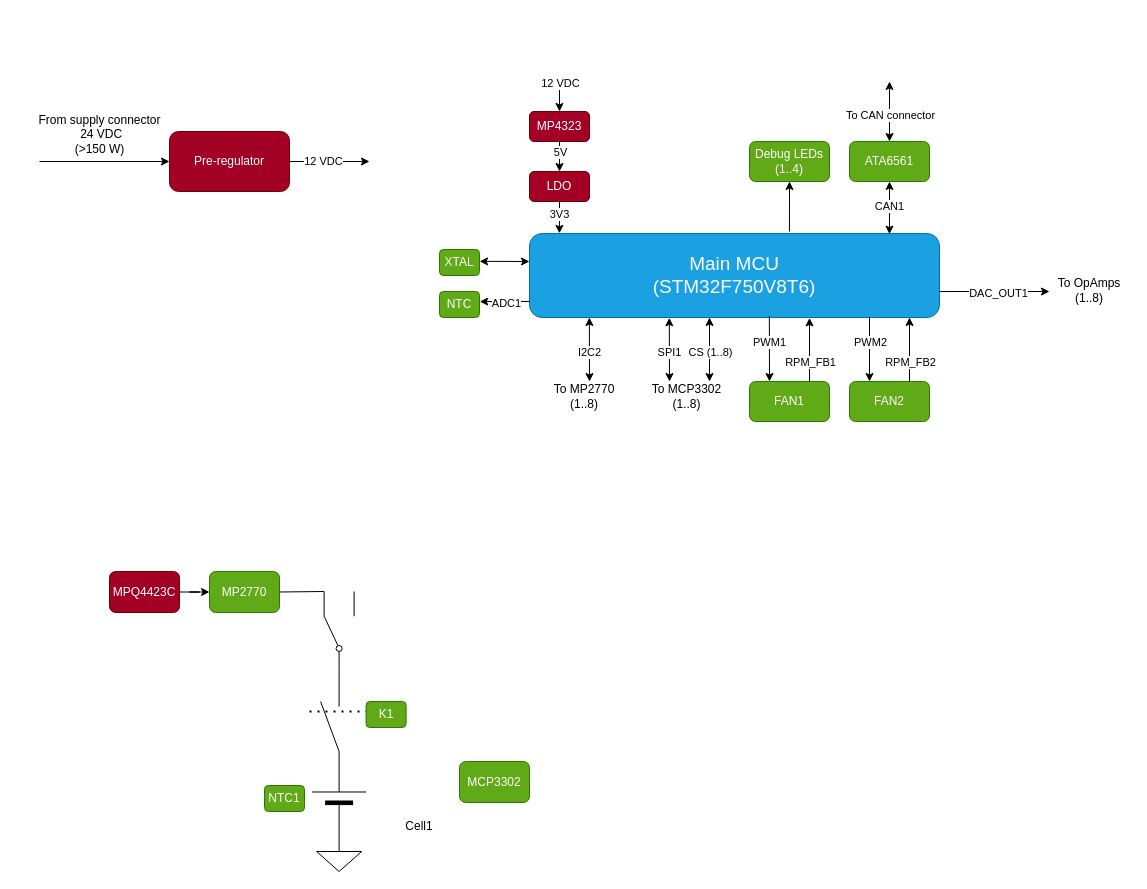
Above: HW/1_Design documents/Block_Diagram.drawio in eTechRacing/CAPACIMETER (draw.io), before the change. Source tidied: cells renumbered, new cells numbered last; positions are measured from the earlier drawing's top-left corner, leaving out a move shared by most shapes. Both pictures are drawn from the tidied source at 100%, with x=0, y=0 at pixel (24, 81).
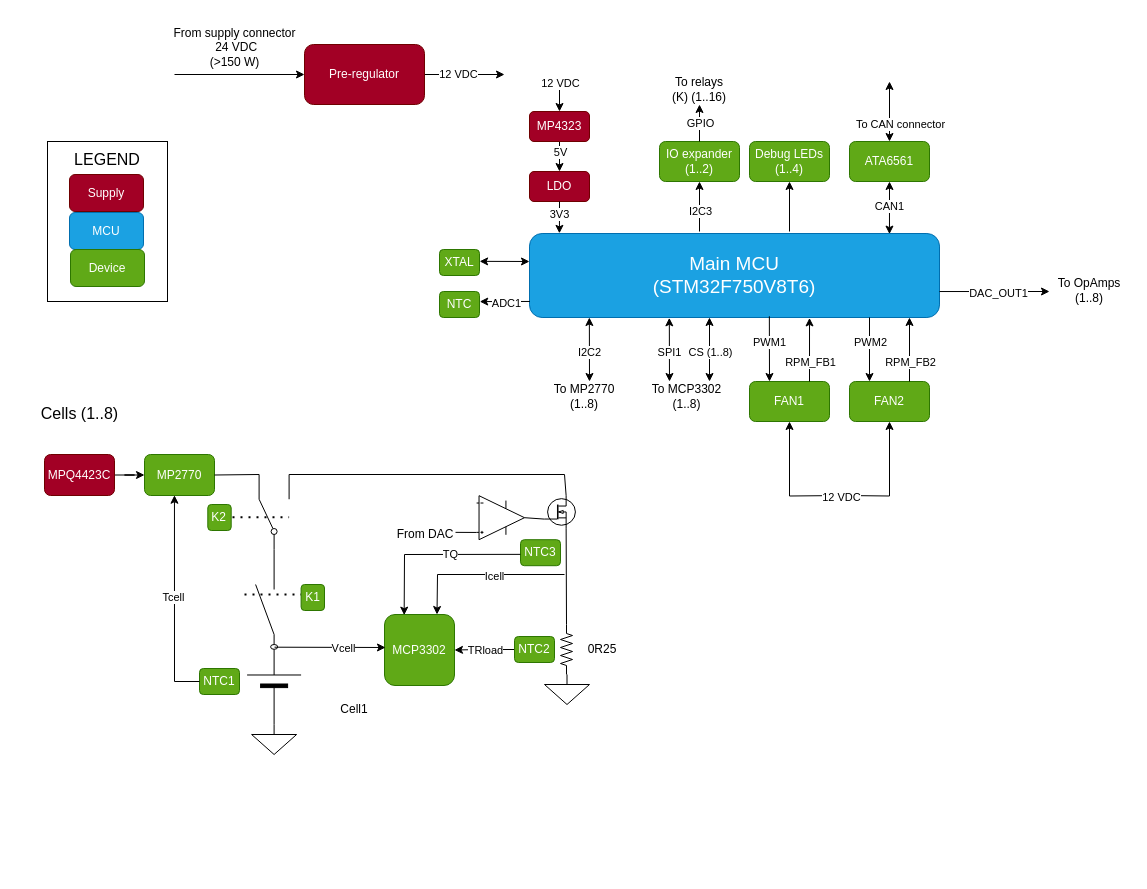
The same diagram, later.

Commit message (it also covers changes not shown here):
Update block diagram

The change refers to these unchanged cells:
```xml
<mxCell id="2" value="&lt;font style=&quot;font-size: 19px;&quot;&gt;Main MCU&lt;/font&gt;&lt;div style=&quot;font-size: 19px;&quot;&gt;&lt;font style=&quot;font-size: 19px;&quot;&gt;(STM32F750V8T6)&lt;/font&gt;&lt;/div&gt;" style="rounded=1;whiteSpace=wrap;html=1;fillColor=#1ba1e2;fontColor=#ffffff;strokeColor=#006EAF;" parent="1" vertex="1">
  <mxGeometry x="505" y="152" width="410" height="84" as="geometry" />
</mxCell>
<mxCell id="14" value="FAN1" style="rounded=1;whiteSpace=wrap;html=1;fillColor=#60a917;fontColor=#ffffff;strokeColor=#2D7600;" parent="1" vertex="1">
  <mxGeometry x="725" y="300" width="80" height="40" as="geometry" />
</mxCell>
<mxCell id="15" value="FAN2" style="rounded=1;whiteSpace=wrap;html=1;fillColor=#60a917;fontColor=#ffffff;strokeColor=#2D7600;" parent="1" vertex="1">
  <mxGeometry x="825" y="300" width="80" height="40" as="geometry" />
</mxCell>
<mxCell id="42" style="endArrow=classic;startArrow=classic;html=1;rounded=0;exitX=0.5;exitY=0;exitDx=0;exitDy=0;" parent="1" edge="1" source="39">
  <mxGeometry relative="1" as="geometry">
    <mxPoint x="865" as="targetPoint" />
  </mxGeometry>
</mxCell>
<mxCell id="44" value="Debug LEDs (1..4)" style="rounded=1;whiteSpace=wrap;html=1;fillColor=#60a917;fontColor=#ffffff;strokeColor=#2D7600;" parent="1" vertex="1">
  <mxGeometry x="725" y="60" width="80" height="40" as="geometry" />
</mxCell>
```

The edit, as a diff of the source:
```diff
@@
     <mxCell id="3" style="edgeStyle=orthogonalEdgeStyle;rounded=0;jettySize=auto;html=1;" parent="1" edge="1" source="5">
       <mxGeometry relative="1" as="geometry">
-        <mxPoint x="345" y="80" as="targetPoint" />
+        <mxPoint x="480" y="-7" as="targetPoint" />
       </mxGeometry>
     </mxCell>
@@
     <mxCell id="5" value="Pre-regulator" style="rounded=1;whiteSpace=wrap;html=1;fillColor=#a20025;fontColor=#ffffff;strokeColor=#6F0000;" parent="1" vertex="1">
-      <mxGeometry x="145" y="50" width="120" height="60" as="geometry" />
+      <mxGeometry x="280" y="-37" width="120" height="60" as="geometry" />
     </mxCell>
     <mxCell id="6" style="endArrow=classic;html=1;rounded=0;entryX=0;entryY=0.5;entryDx=0;entryDy=0;" parent="1" edge="1" target="5">
       <mxGeometry relative="1" as="geometry">
-        <mxPoint x="15" y="80" as="sourcePoint" />
+        <mxPoint x="150" y="-7" as="sourcePoint" />
       </mxGeometry>
     </mxCell>
     <mxCell id="7" value="From supply connector&lt;div&gt;&amp;nbsp;24 VDC&lt;div&gt;(&amp;gt;150 W)&lt;/div&gt;&lt;/div&gt;" style="text;html=1;align=center;verticalAlign=middle;strokeColor=none;fillColor=none;" parent="1" vertex="1">
-      <mxGeometry y="23" width="150" height="60" as="geometry" />
+      <mxGeometry x="135" y="-64" width="150" height="60" as="geometry" />
     </mxCell>
@@
-    <mxCell id="43" value="To CAN connector" style="edgeLabel;html=1;align=center;verticalAlign=middle;" parent="42" vertex="1">
-      <mxGeometry x="-0.1" relative="1" as="geometry" />
-    </mxCell>
@@
-    <mxCell id="45" style="endArrow=classic;html=1;rounded=0;entryX=0.5;entryY=1;entryDx=0;entryDy=0;exitX=0.634;exitY=-0.024;exitDx=0;exitDy=0;exitPerimeter=0;" parent="1" edge="1" source="2" target="44">
-      <mxGeometry relative="1" as="geometry" />
+    <mxCell id="45" style="endArrow=classic;html=1;rounded=0;entryX=0.5;entryY=1;entryDx=0;entryDy=0;" parent="1" edge="1" target="44">
+      <mxGeometry relative="1" as="geometry">
+        <mxPoint x="765" y="150" as="sourcePoint" />
+      </mxGeometry>
     </mxCell>
     <mxCell id="46" style="verticalLabelPosition=bottom;shadow=0;dashed=0;align=center;fillColor=strokeColor;html=1;verticalAlign=top;strokeWidth=1;shape=mxgraph.electrical.miscellaneous.monocell_battery;direction=north;" parent="1" vertex="1">
-      <mxGeometry x="287.6" y="670" width="54" height="90" as="geometry" />
+      <mxGeometry x="222.6" y="553" width="54" height="90" as="geometry" />
     </mxCell>
@@
     <mxCell id="48" style="verticalLabelPosition=bottom;shadow=0;dashed=0;align=center;html=1;verticalAlign=top;shape=mxgraph.electrical.signal_sources.signal_ground;" parent="1" vertex="1">
-      <mxGeometry x="292.1" y="760" width="45" height="30" as="geometry" />
+      <mxGeometry x="227.1" y="643" width="45" height="30" as="geometry" />
     </mxCell>
     <mxCell id="49" value="Cell1" style="text;html=1;align=center;verticalAlign=middle;whiteSpace=wrap;rounded=0;" parent="1" vertex="1">
-      <mxGeometry x="365" y="730" width="60" height="30" as="geometry" />
+      <mxGeometry x="300" y="613" width="60" height="30" as="geometry" />
     </mxCell>
     <mxCell id="50" style="verticalLabelPosition=bottom;shadow=0;dashed=0;align=center;html=1;verticalAlign=top;shape=mxgraph.electrical.electro-mechanical.twoWayContact2;elSwitchState=1;direction=north;" parent="1" vertex="1">
-      <mxGeometry x="299.6" y="510" width="30" height="75" as="geometry" />
+      <mxGeometry x="234.6" y="393" width="30" height="75" as="geometry" />
     </mxCell>
     <mxCell id="51" style="endArrow=none;html=1;rounded=0;exitX=1;exitY=0.5;exitDx=0;exitDy=0;exitPerimeter=0;" parent="1" edge="1" source="46">
       <mxGeometry relative="1" as="geometry">
-        <mxPoint x="296.1" y="620" as="targetPoint" />
+        <mxPoint x="231.1" y="503" as="targetPoint" />
       </mxGeometry>
     </mxCell>
     <mxCell id="52" style="endArrow=none;html=1;rounded=0;" parent="1" edge="1">
       <mxGeometry relative="1" as="geometry">
-        <mxPoint x="314.6" y="625" as="sourcePoint" />
-        <mxPoint x="314.6" y="585" as="targetPoint" />
+        <mxPoint x="249.6" y="508" as="sourcePoint" />
+        <mxPoint x="249.6" y="468" as="targetPoint" />
       </mxGeometry>
     </mxCell>
     <mxCell id="53" style="endArrow=none;dashed=1;html=1;dashPattern=1 3;strokeWidth=2;rounded=0;entryX=0.028;entryY=0.385;entryDx=0;entryDy=0;entryPerimeter=0;" parent="1" edge="1">
       <mxGeometry relative="1" as="geometry">
-        <mxPoint x="285" y="630" as="sourcePoint" />
-        <mxPoint x="341.6" y="630" as="targetPoint" />
+        <mxPoint x="220" y="513" as="sourcePoint" />
+        <mxPoint x="276.6" y="513" as="targetPoint" />
         <Array as="points">
-          <mxPoint x="315" y="630" />
+          <mxPoint x="250" y="513" />
         </Array>
       </mxGeometry>
     </mxCell>
     <mxCell id="54" value="K1" style="rounded=1;whiteSpace=wrap;html=1;fillColor=#60a917;fontColor=#ffffff;strokeColor=#2D7600;" parent="1" vertex="1">
-      <mxGeometry x="341.6" y="620" width="40" height="26" as="geometry" />
+      <mxGeometry x="276.6" y="503" width="23.4" height="26" as="geometry" />
     </mxCell>
     <mxCell id="55" value="NTC1" style="rounded=1;whiteSpace=wrap;html=1;fillColor=#60a917;fontColor=#ffffff;strokeColor=#2D7600;" parent="1" vertex="1">
-      <mxGeometry x="240" y="704" width="40" height="26" as="geometry" />
+      <mxGeometry x="175" y="587" width="40" height="26" as="geometry" />
     </mxCell>
@@
     <mxCell id="58" value="MP2770" style="rounded=1;whiteSpace=wrap;html=1;fillColor=#60a917;fontColor=#ffffff;strokeColor=#2D7600;" parent="1" vertex="1">
-      <mxGeometry x="185" y="490" width="70" height="41" as="geometry" />
+      <mxGeometry x="120" y="373" width="70" height="41" as="geometry" />
     </mxCell>
     <mxCell id="59" value="MCP3302" style="rounded=1;whiteSpace=wrap;html=1;fillColor=#60a917;fontColor=#ffffff;strokeColor=#2D7600;" parent="1" vertex="1">
-      <mxGeometry x="435" y="680" width="70" height="41" as="geometry" />
+      <mxGeometry x="360" y="533" width="70" height="71" as="geometry" />
     </mxCell>
@@
     <mxCell id="62" value="MPQ4423C" style="rounded=1;whiteSpace=wrap;html=1;fillColor=#a20025;fontColor=#ffffff;strokeColor=#6F0000;" parent="1" vertex="1">
-      <mxGeometry x="85" y="490" width="70" height="41" as="geometry" />
+      <mxGeometry x="20" y="373" width="70" height="41" as="geometry" />
     </mxCell>
+    <mxCell id="63" style="ellipse;whiteSpace=wrap;html=1;fillColor=#FFFFFF;" parent="1" vertex="1">
+      <mxGeometry x="246.1" y="563" width="7.1" height="4.8" as="geometry" />
+    </mxCell>
+    <mxCell id="64" style="verticalLabelPosition=bottom;shadow=0;dashed=0;align=center;html=1;verticalAlign=top;shape=mxgraph.electrical.mosfets1.n-channel_mosfet_1;direction=east;" parent="1" vertex="1">
+      <mxGeometry x="520" y="414.2" width="30.9" height="32.5" as="geometry" />
+    </mxCell>
+    <mxCell id="65" style="verticalLabelPosition=bottom;shadow=0;dashed=0;align=center;html=1;verticalAlign=top;shape=mxgraph.electrical.abstract.operational_amp_1;" parent="1" vertex="1">
+      <mxGeometry x="452.1" y="414.2" width="47.9" height="44" as="geometry" />
+    </mxCell>
+    <mxCell id="66" style="endArrow=none;html=1;rounded=0;exitX=1;exitY=0.5;exitDx=0;exitDy=0;exitPerimeter=0;entryX=0;entryY=0.72;entryDx=0;entryDy=0;entryPerimeter=0;" parent="1" edge="1" source="65" target="64">
+      <mxGeometry relative="1" as="geometry" />
+    </mxCell>
+    <mxCell id="67" value="From DAC" style="text;html=1;align=center;verticalAlign=middle;whiteSpace=wrap;rounded=0;" parent="1" vertex="1">
+      <mxGeometry x="371" y="438.2" width="60" height="30" as="geometry" />
+    </mxCell>
+    <mxCell id="68" style="endArrow=none;html=1;rounded=0;exitX=1;exitY=0.422;exitDx=0;exitDy=0;exitPerimeter=0;entryX=0;entryY=0.835;entryDx=0;entryDy=0;entryPerimeter=0;" parent="1" edge="1" source="67" target="65">
+      <mxGeometry relative="1" as="geometry" />
+    </mxCell>
+    <mxCell id="69" style="verticalLabelPosition=bottom;shadow=0;dashed=0;align=center;html=1;verticalAlign=top;shape=mxgraph.electrical.resistors.resistor_2;rotation=0;direction=south;" parent="1" vertex="1">
+      <mxGeometry x="536" y="543" width="12" height="50" as="geometry" />
+    </mxCell>
+    <mxCell id="70" style="verticalLabelPosition=bottom;shadow=0;dashed=0;align=center;html=1;verticalAlign=top;shape=mxgraph.electrical.signal_sources.signal_ground;" parent="1" vertex="1">
+      <mxGeometry x="520" y="593" width="45" height="30" as="geometry" />
+    </mxCell>
+    <mxCell id="71" style="endArrow=classic;html=1;rounded=0;entryX=0.428;entryY=0.994;entryDx=0;entryDy=0;exitX=0;exitY=0.5;exitDx=0;exitDy=0;entryPerimeter=0;" parent="1" edge="1" source="55" target="58">
+      <mxGeometry relative="1" as="geometry">
+        <Array as="points">
+          <mxPoint x="150" y="600" />
+        </Array>
+      </mxGeometry>
+    </mxCell>
+    <mxCell id="72" value="Tcell" style="edgeLabel;html=1;align=center;verticalAlign=middle;" parent="71" vertex="1">
+      <mxGeometry x="0.04" y="1" relative="1" as="geometry" />
+    </mxCell>
+    <mxCell id="73" style="edgeStyle=orthogonalEdgeStyle;rounded=0;jettySize=auto;html=1;" parent="1" edge="1" source="75" target="59">
+      <mxGeometry relative="1" as="geometry" />
+    </mxCell>
+    <mxCell id="74" value="TRload" style="edgeLabel;html=1;align=center;verticalAlign=middle;" parent="73" vertex="1">
+      <mxGeometry x="-0.22" relative="1" as="geometry">
+        <mxPoint x="-6" as="offset" />
+      </mxGeometry>
+    </mxCell>
+    <mxCell id="75" value="NTC2" style="rounded=1;whiteSpace=wrap;html=1;fillColor=#60a917;fontColor=#ffffff;strokeColor=#2D7600;" parent="1" vertex="1">
+      <mxGeometry x="490" y="555" width="40" height="26" as="geometry" />
+    </mxCell>
+    <mxCell id="76" style="endArrow=classic;html=1;rounded=0;exitX=0.553;exitY=0.561;exitDx=0;exitDy=0;exitPerimeter=0;" parent="1" edge="1" source="63">
+      <mxGeometry relative="1" as="geometry">
+        <mxPoint x="361" y="566" as="targetPoint" />
+      </mxGeometry>
+    </mxCell>
+    <mxCell id="77" value="Vcell" style="edgeLabel;html=1;align=center;verticalAlign=middle;" parent="76" vertex="1">
+      <mxGeometry x="0.23" y="-1" relative="1" as="geometry" />
+    </mxCell>
+    <mxCell id="78" value="K2" style="rounded=1;whiteSpace=wrap;html=1;fillColor=#60a917;fontColor=#ffffff;strokeColor=#2D7600;" parent="1" vertex="1">
+      <mxGeometry x="183.3" y="423" width="23.4" height="26" as="geometry" />
+    </mxCell>
+    <mxCell id="79" style="endArrow=none;dashed=1;html=1;dashPattern=1 3;strokeWidth=2;rounded=0;entryX=0.028;entryY=0.385;entryDx=0;entryDy=0;entryPerimeter=0;" parent="1" edge="1">
+      <mxGeometry relative="1" as="geometry">
+        <mxPoint x="208" y="435.8" as="sourcePoint" />
+        <mxPoint x="264.6" y="435.8" as="targetPoint" />
+        <Array as="points">
+          <mxPoint x="238" y="435.8" />
+        </Array>
+      </mxGeometry>
+    </mxCell>
+    <mxCell id="80" style="endArrow=classic;html=1;rounded=0;entryX=0.75;entryY=0;entryDx=0;entryDy=0;" parent="1" edge="1" target="59">
+      <mxGeometry relative="1" as="geometry">
+        <mxPoint x="540" y="493" as="sourcePoint" />
+        <Array as="points">
+          <mxPoint x="413" y="493" />
+        </Array>
+      </mxGeometry>
+    </mxCell>
+    <mxCell id="81" value="Icell" style="edgeLabel;html=1;align=center;verticalAlign=middle;" parent="80" vertex="1">
+      <mxGeometry x="-0.15" y="1" relative="1" as="geometry" />
+    </mxCell>
+    <mxCell id="82" style="endArrow=none;html=1;rounded=0;exitX=0;exitY=0.5;exitDx=0;exitDy=0;exitPerimeter=0;entryX=0.7;entryY=1;entryDx=0;entryDy=0;entryPerimeter=0;" parent="1" edge="1" source="69" target="64">
+      <mxGeometry relative="1" as="geometry" />
+    </mxCell>
+    <mxCell id="83" style="endArrow=none;html=1;rounded=0;exitX=1;exitY=1;exitDx=0;exitDy=0;" parent="1" edge="1" source="50">
+      <mxGeometry relative="1" as="geometry">
+        <mxPoint x="540" y="393" as="targetPoint" />
+      </mxGeometry>
+    </mxCell>
+    <mxCell id="84" style="endArrow=none;html=1;rounded=0;exitX=0.7;exitY=0;exitDx=0;exitDy=0;exitPerimeter=0;" parent="1" edge="1" source="64">
+      <mxGeometry relative="1" as="geometry">
+        <mxPoint x="540" y="393" as="targetPoint" />
+      </mxGeometry>
+    </mxCell>
+    <mxCell id="85" value="0R25" style="text;html=1;align=center;verticalAlign=middle;whiteSpace=wrap;rounded=0;" parent="1" vertex="1">
+      <mxGeometry x="548" y="553" width="60" height="30" as="geometry" />
+    </mxCell>
+    <mxCell id="86" value="NTC3" style="rounded=1;whiteSpace=wrap;html=1;fillColor=#60a917;fontColor=#ffffff;strokeColor=#2D7600;" parent="1" vertex="1">
+      <mxGeometry x="496" y="458.2" width="40" height="26" as="geometry" />
+    </mxCell>
+    <mxCell id="87" style="endArrow=classic;html=1;rounded=0;entryX=0.281;entryY=0.009;entryDx=0;entryDy=0;entryPerimeter=0;exitX=-0.004;exitY=0.564;exitDx=0;exitDy=0;exitPerimeter=0;" parent="1" edge="1" source="86" target="59">
+      <mxGeometry relative="1" as="geometry">
+        <Array as="points">
+          <mxPoint x="380" y="473" />
+        </Array>
+      </mxGeometry>
+    </mxCell>
+    <mxCell id="88" value="TQ" style="edgeLabel;html=1;align=center;verticalAlign=middle;" parent="87" vertex="1">
+      <mxGeometry x="-0.21" relative="1" as="geometry" />
+    </mxCell>
+    <mxCell id="89" style="endArrow=classic;html=1;rounded=0;" parent="1" edge="1">
+      <mxGeometry relative="1" as="geometry">
+        <mxPoint x="675" y="150" as="sourcePoint" />
+        <mxPoint x="675" y="100" as="targetPoint" />
+      </mxGeometry>
+    </mxCell>
+    <mxCell id="90" value="I2C3" style="edgeLabel;html=1;align=center;verticalAlign=middle;" parent="89" vertex="1">
+      <mxGeometry x="-0.17" relative="1" as="geometry" />
+    </mxCell>
+    <mxCell id="91" value="IO expander (1..2)" style="rounded=1;whiteSpace=wrap;html=1;fillColor=#60a917;fontColor=#ffffff;strokeColor=#2D7600;" parent="1" vertex="1">
+      <mxGeometry x="635" y="60" width="80" height="40" as="geometry" />
+    </mxCell>
+    <mxCell id="92" style="endArrow=classic;html=1;rounded=0;exitX=0.5;exitY=0;exitDx=0;exitDy=0;entryX=0.5;entryY=1;entryDx=0;entryDy=0;" parent="1" edge="1" source="91" target="94">
+      <mxGeometry relative="1" as="geometry" />
+    </mxCell>
+    <mxCell id="93" value="GPIO" style="edgeLabel;html=1;align=center;verticalAlign=middle;" parent="92" vertex="1">
+      <mxGeometry x="0.02" relative="1" as="geometry" />
+    </mxCell>
+    <mxCell id="43" value="To CAN connector" style="edgeLabel;html=1;align=center;verticalAlign=middle;" parent="1" vertex="1">
+      <mxGeometry x="875" y="42.8" as="geometry" />
+    </mxCell>
+    <mxCell id="94" value="To relays (K) (1..16)" style="text;html=1;align=center;verticalAlign=middle;whiteSpace=wrap;rounded=0;" parent="1" vertex="1">
+      <mxGeometry x="645" y="-7" width="60" height="30" as="geometry" />
+    </mxCell>
+    <mxCell id="95" value="&lt;font style=&quot;font-size: 16px;&quot;&gt;Cells (1..8)&lt;/font&gt;" style="text;html=1;align=center;verticalAlign=middle;whiteSpace=wrap;rounded=0;" parent="1" vertex="1">
+      <mxGeometry x="-7.5" y="317" width="125" height="30" as="geometry" />
+    </mxCell>
+    <mxCell id="96" style="edgeStyle=orthogonalEdgeStyle;rounded=0;jettySize=auto;html=1;" parent="1" edge="1" target="15">
+      <mxGeometry relative="1" as="geometry">
+        <mxPoint x="820" y="414" as="sourcePoint" />
+      </mxGeometry>
+    </mxCell>
+    <mxCell id="97" style="edgeStyle=orthogonalEdgeStyle;rounded=0;jettySize=auto;html=1;" parent="1" edge="1" target="14">
+      <mxGeometry relative="1" as="geometry">
+        <mxPoint x="820" y="414" as="sourcePoint" />
+      </mxGeometry>
+    </mxCell>
+    <mxCell id="98" value="12 VDC" style="edgeLabel;html=1;align=center;verticalAlign=middle;" parent="97" vertex="1">
+      <mxGeometry x="-0.94" y="1" relative="1" as="geometry" />
+    </mxCell>
+    <mxCell id="99" value="Supply" style="rounded=1;whiteSpace=wrap;html=1;fillColor=#a20025;fontColor=#ffffff;strokeColor=#6F0000;" parent="1" vertex="1">
+      <mxGeometry x="45" y="93" width="74" height="37" as="geometry" />
+    </mxCell>
+    <mxCell id="100" value="MCU" style="rounded=1;whiteSpace=wrap;html=1;fillColor=#1ba1e2;fontColor=#ffffff;strokeColor=#006EAF;" parent="1" vertex="1">
+      <mxGeometry x="45" y="131" width="74" height="37" as="geometry" />
+    </mxCell>
+    <mxCell id="101" value="Device" style="rounded=1;whiteSpace=wrap;html=1;fillColor=#60a917;fontColor=#ffffff;strokeColor=#2D7600;" parent="1" vertex="1">
+      <mxGeometry x="46" y="168" width="74" height="37" as="geometry" />
+    </mxCell>
+    <mxCell id="102" value="&lt;font style=&quot;font-size: 16px;&quot;&gt;LEGEND&lt;/font&gt;" style="text;html=1;align=center;verticalAlign=middle;whiteSpace=wrap;rounded=0;" parent="1" vertex="1">
+      <mxGeometry x="53" y="63" width="60" height="30" as="geometry" />
+    </mxCell>
+    <mxCell id="103" style="rounded=0;whiteSpace=wrap;html=1;gradientColor=none;fillColor=none;" parent="1" vertex="1">
+      <mxGeometry x="23" y="60" width="120" height="160" as="geometry" />
+    </mxCell>
```
